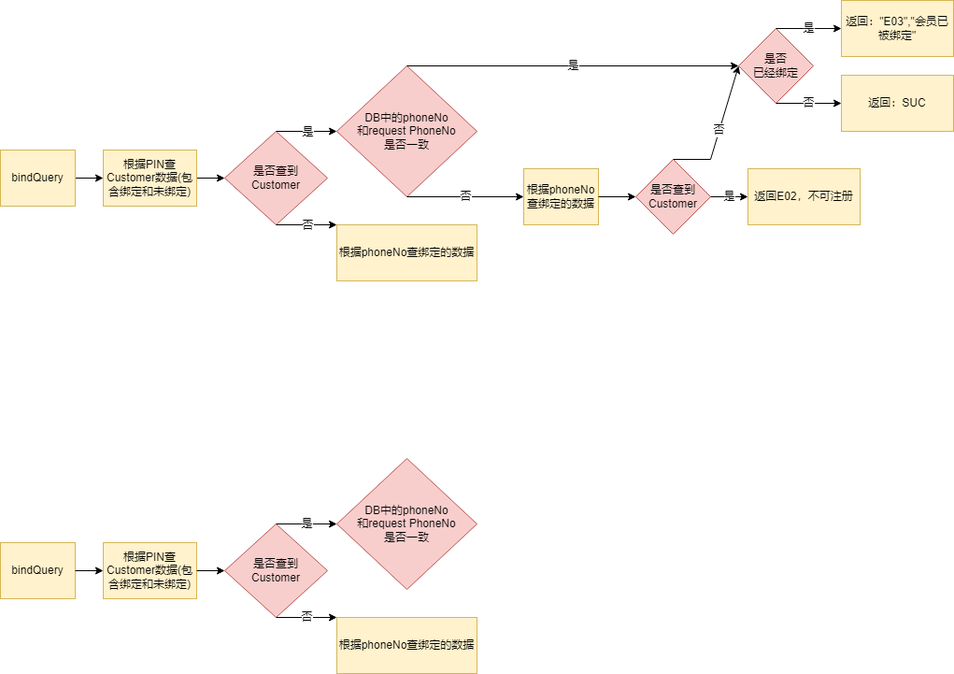
Earlier version of the draw.io export diagrams2/111.png (xiaoqforever/diagrams). Source tidied: cells renumbered, new cells last; positions are measured from the earlier drawing's top-left corner, leaving out a move shared by most shapes.
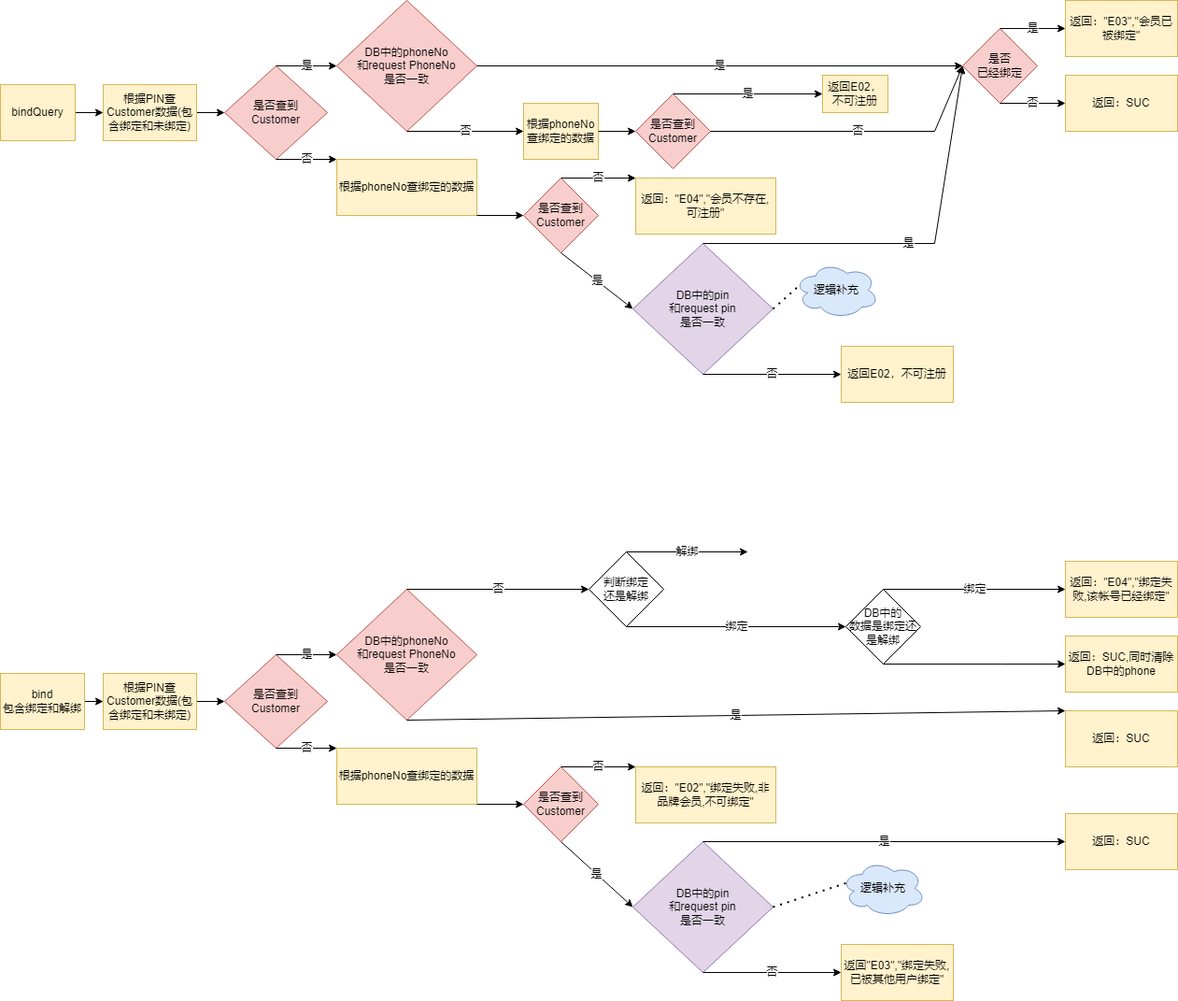
Later version of the same file.

What changed in the source:
```diff
@@ -35,17 +35,14 @@
     <mxCell id="12" value="DB中的phoneNo&lt;br&gt;和request&amp;nbsp;PhoneNo&lt;br&gt;是否一致" style="rhombus;whiteSpace=wrap;html=1;fillColor=#f8cecc;strokeColor=#b85450;" parent="1" vertex="1">
       <mxGeometry x="360" y="70" width="150" height="140" as="geometry" />
     </mxCell>
-    <mxCell id="13" value="返回：SUC" style="rounded=0;whiteSpace=wrap;html=1;" parent="1" vertex="1">
-      <mxGeometry x="900" y="80" width="120" height="60" as="geometry" />
-    </mxCell>
-    <mxCell id="14" value="是" style="endArrow=classic;html=1;rounded=0;exitX=0.5;exitY=0;exitDx=0;exitDy=0;entryX=0;entryY=0.5;entryDx=0;entryDy=0;" parent="1" edge="1" source="12" target="15">
+    <mxCell id="14" value="是" style="endArrow=classic;html=1;rounded=0;exitX=1;exitY=0.5;exitDx=0;exitDy=0;entryX=0;entryY=0.5;entryDx=0;entryDy=0;" parent="1" edge="1" source="12" target="15">
       <mxGeometry relative="1" as="geometry" />
     </mxCell>
     <mxCell id="15" value="是否&lt;br&gt;已经绑定" style="rhombus;whiteSpace=wrap;html=1;fillColor=#f8cecc;strokeColor=#b85450;" parent="1" vertex="1">
-      <mxGeometry x="790" y="30" width="80" height="80" as="geometry" />
+      <mxGeometry x="1030" y="100" width="80" height="80" as="geometry" />
     </mxCell>
     <mxCell id="16" value="返回：&quot;E03&quot;,&quot;会员已被绑定&quot;" style="rounded=0;whiteSpace=wrap;html=1;fillColor=#fff2cc;strokeColor=#d6b656;" parent="1" vertex="1">
-      <mxGeometry x="900" width="120" height="60" as="geometry" />
+      <mxGeometry x="1140" y="70" width="120" height="60" as="geometry" />
     </mxCell>
     <mxCell id="17" value="是" style="endArrow=classic;html=1;rounded=0;exitX=0.5;exitY=0;exitDx=0;exitDy=0;entryX=0;entryY=0.5;entryDx=0;entryDy=0;" parent="1" edge="1" source="15" target="16">
       <mxGeometry relative="1" as="geometry" />
@@ -60,7 +57,7 @@
       <mxGeometry x="360" y="240" width="150" height="60" as="geometry" />
     </mxCell>
     <mxCell id="21" value="返回：SUC" style="rounded=0;whiteSpace=wrap;html=1;fillColor=#fff2cc;strokeColor=#d6b656;" parent="1" vertex="1">
-      <mxGeometry x="900" y="80" width="120" height="60" as="geometry" />
+      <mxGeometry x="1140" y="150" width="120" height="60" as="geometry" />
     </mxCell>
     <mxCell id="22" value="否" style="endArrow=classic;html=1;rounded=0;fontFamily=Helvetica;fontSize=12;fontColor=default;exitX=0.5;exitY=1;exitDx=0;exitDy=0;entryX=0;entryY=0.5;entryDx=0;entryDy=0;" parent="1" edge="1" source="12" target="23">
       <mxGeometry relative="1" as="geometry" />
@@ -77,44 +74,169 @@
       </mxGeometry>
     </mxCell>
     <mxCell id="26" value="返回E02，不可注册" style="rounded=0;whiteSpace=wrap;html=1;fontFamily=Helvetica;fontSize=12;fillColor=#fff2cc;strokeColor=#d6b656;" parent="1" vertex="1">
-      <mxGeometry x="800" y="180" width="120" height="60" as="geometry" />
+      <mxGeometry x="880" y="150" width="70" height="40" as="geometry" />
     </mxCell>
-    <mxCell id="27" value="是" style="endArrow=classic;html=1;rounded=0;fontFamily=Helvetica;fontSize=12;fontColor=default;exitX=1;exitY=0.5;exitDx=0;exitDy=0;entryX=0;entryY=0.5;entryDx=0;entryDy=0;" parent="1" edge="1" source="24" target="26">
+    <mxCell id="27" value="是" style="endArrow=classic;html=1;rounded=0;fontFamily=Helvetica;fontSize=12;fontColor=default;exitX=0.5;exitY=0;exitDx=0;exitDy=0;entryX=0;entryY=0.5;entryDx=0;entryDy=0;" parent="1" edge="1" source="24" target="26">
       <mxGeometry relative="1" as="geometry" />
     </mxCell>
-    <mxCell id="28" value="否" style="endArrow=classic;html=1;rounded=0;fontFamily=Helvetica;fontSize=12;fontColor=default;exitX=0.5;exitY=0;exitDx=0;exitDy=0;entryX=0;entryY=0.5;entryDx=0;entryDy=0;" parent="1" edge="1" source="24" target="15">
+    <mxCell id="28" value="否" style="endArrow=classic;html=1;rounded=0;fontFamily=Helvetica;fontSize=12;fontColor=default;exitX=1;exitY=0.5;exitDx=0;exitDy=0;entryX=0;entryY=0.5;entryDx=0;entryDy=0;" parent="1" edge="1" source="24" target="15">
       <mxGeometry relative="1" as="geometry">
         <Array as="points">
-          <mxPoint x="760" y="170" />
+          <mxPoint x="1000" y="210" />
         </Array>
       </mxGeometry>
     </mxCell>
-    <mxCell id="29" value="bindQuery" style="rounded=0;whiteSpace=wrap;html=1;fillColor=#fff2cc;strokeColor=#d6b656;" parent="1" vertex="1">
-      <mxGeometry y="580" width="80" height="60" as="geometry" />
-    </mxCell>
+    <mxCell id="38" value="是否查到&lt;br&gt;Customer" style="rhombus;whiteSpace=wrap;html=1;fontFamily=Helvetica;fontSize=12;fillColor=#f8cecc;strokeColor=#b85450;" parent="1" vertex="1">
+      <mxGeometry x="560" y="260" width="80" height="80" as="geometry" />
+    </mxCell>
+    <mxCell id="39" style="endArrow=classic;html=1;rounded=0;entryX=0;entryY=0.5;entryDx=0;entryDy=0;exitX=1;exitY=1;exitDx=0;exitDy=0;" parent="1" edge="1" source="20" target="38">
+      <mxGeometry relative="1" as="geometry" />
+    </mxCell>
+    <mxCell id="40" value="否" style="endArrow=classic;html=1;rounded=0;exitX=0.5;exitY=0;exitDx=0;exitDy=0;entryX=0;entryY=0;entryDx=0;entryDy=0;" parent="1" edge="1" source="38" target="42">
+      <mxGeometry relative="1" as="geometry" />
+    </mxCell>
+    <mxCell id="41" value="是" style="endArrow=classic;html=1;rounded=0;exitX=0.5;exitY=1;exitDx=0;exitDy=0;entryX=0;entryY=0.5;entryDx=0;entryDy=0;" parent="1" edge="1" source="38" target="43">
+      <mxGeometry relative="1" as="geometry" />
+    </mxCell>
+    <mxCell id="42" value="返回：&quot;E04&quot;,&quot;会员不存在,可注册&quot;" style="rounded=0;whiteSpace=wrap;html=1;fontFamily=Helvetica;fontSize=12;fillColor=#fff2cc;strokeColor=#d6b656;" parent="1" vertex="1">
+      <mxGeometry x="680" y="260" width="150" height="60" as="geometry" />
+    </mxCell>
+    <mxCell id="43" value="DB中的pin&lt;br&gt;和request&amp;nbsp;pin&lt;br&gt;是否一致" style="rhombus;whiteSpace=wrap;html=1;fillColor=#e1d5e7;strokeColor=#9673a6;" parent="1" vertex="1">
+      <mxGeometry x="677" y="330" width="150" height="140" as="geometry" />
+    </mxCell>
+    <mxCell id="44" value="是" style="endArrow=classic;html=1;rounded=0;exitX=0.5;exitY=0;exitDx=0;exitDy=0;" parent="1" edge="1" source="43">
+      <mxGeometry relative="1" as="geometry">
+        <mxPoint x="1030" y="140" as="targetPoint" />
+        <Array as="points">
+          <mxPoint x="1000" y="330" />
+        </Array>
+      </mxGeometry>
+    </mxCell>
+    <mxCell id="45" value="返回E02，不可注册" style="rounded=0;whiteSpace=wrap;html=1;fontFamily=Helvetica;fontSize=12;fillColor=#fff2cc;strokeColor=#d6b656;" parent="1" vertex="1">
+      <mxGeometry x="900" y="440" width="120" height="60" as="geometry" />
+    </mxCell>
+    <mxCell id="46" value="否" style="endArrow=classic;html=1;rounded=0;exitX=0.5;exitY=1;exitDx=0;exitDy=0;entryX=0;entryY=0.5;entryDx=0;entryDy=0;" parent="1" edge="1" source="43" target="45">
+      <mxGeometry relative="1" as="geometry" />
+    </mxCell>
+    <mxCell id="47" style="edgeStyle=orthogonalEdgeStyle;rounded=0;jettySize=auto;html=1;exitX=1;exitY=0.5;exitDx=0;exitDy=0;entryX=0;entryY=0.5;entryDx=0;entryDy=0;" parent="1" edge="1" source="48" target="49">
+      <mxGeometry relative="1" as="geometry" />
+    </mxCell>
+    <mxCell id="48" value="bind&lt;br&gt;包含绑定和解绑" style="rounded=0;whiteSpace=wrap;html=1;fillColor=#fff2cc;strokeColor=#d6b656;" parent="1" vertex="1">
+      <mxGeometry y="790" width="90" height="60" as="geometry" />
+    </mxCell>
+    <mxCell id="49" value="根据PIN查Customer数据(包含绑定和未绑定)" style="rounded=0;whiteSpace=wrap;html=1;" parent="1" vertex="1">
+      <mxGeometry x="110" y="790" width="100" height="60" as="geometry" />
+    </mxCell>
     <mxCell id="30" value="是否查到&lt;br&gt;Customer" style="rhombus;whiteSpace=wrap;html=1;fillColor=#f8cecc;strokeColor=#b85450;" parent="1" vertex="1">
-      <mxGeometry x="240" y="560" width="110" height="100" as="geometry" />
+      <mxGeometry x="240" y="770" width="110" height="100" as="geometry" />
     </mxCell>
+    <mxCell id="50" style="endArrow=classic;html=1;rounded=0;exitX=1;exitY=0.5;exitDx=0;exitDy=0;entryX=0;entryY=0.5;entryDx=0;entryDy=0;" parent="1" edge="1" source="49" target="30">
+      <mxGeometry relative="1" as="geometry" />
+    </mxCell>
+    <mxCell id="51" value="根据phoneNo查绑定的数据" style="rounded=0;whiteSpace=wrap;html=1;" parent="1" vertex="1">
+      <mxGeometry x="360" y="870" width="150" height="60" as="geometry" />
+    </mxCell>
+    <mxCell id="37" style="endArrow=classic;html=1;rounded=0;exitX=0.5;exitY=0;exitDx=0;exitDy=0;entryX=0;entryY=0.5;entryDx=0;entryDy=0;" parent="1" edge="1" source="30" target="31">
+      <mxGeometry relative="1" as="geometry" />
+    </mxCell>
+    <mxCell id="52" value="是" style="edgeLabel;html=1;align=center;verticalAlign=middle;" parent="37" vertex="1">
+      <mxGeometry relative="1" as="geometry" />
+    </mxCell>
+    <mxCell id="53" style="endArrow=classic;html=1;rounded=0;exitX=0.5;exitY=1;exitDx=0;exitDy=0;entryX=0;entryY=0;entryDx=0;entryDy=0;" parent="1" edge="1" source="30" target="51">
+      <mxGeometry relative="1" as="geometry" />
+    </mxCell>
+    <mxCell id="54" value="否" style="edgeLabel;html=1;align=center;verticalAlign=middle;" parent="53" vertex="1">
+      <mxGeometry relative="1" as="geometry" />
+    </mxCell>
     <mxCell id="31" value="DB中的phoneNo&lt;br&gt;和request&amp;nbsp;PhoneNo&lt;br&gt;是否一致" style="rhombus;whiteSpace=wrap;html=1;fillColor=#f8cecc;strokeColor=#b85450;" parent="1" vertex="1">
-      <mxGeometry x="360" y="490" width="150" height="140" as="geometry" />
+      <mxGeometry x="360" y="700" width="150" height="140" as="geometry" />
     </mxCell>
+    <mxCell id="55" value="是" style="endArrow=classic;html=1;rounded=0;exitX=0.5;exitY=1;exitDx=0;exitDy=0;entryX=0;entryY=0;entryDx=0;entryDy=0;" parent="1" edge="1" source="31" target="70">
+      <mxGeometry relative="1" as="geometry" />
+    </mxCell>
     <mxCell id="32" value="根据PIN查Customer数据(包含绑定和未绑定)" style="rounded=0;whiteSpace=wrap;html=1;fillColor=#fff2cc;strokeColor=#d6b656;" parent="1" vertex="1">
-      <mxGeometry x="110" y="580" width="100" height="60" as="geometry" />
+      <mxGeometry x="110" y="790" width="100" height="60" as="geometry" />
     </mxCell>
     <mxCell id="33" value="根据phoneNo查绑定的数据" style="rounded=0;whiteSpace=wrap;html=1;fillColor=#fff2cc;strokeColor=#d6b656;" parent="1" vertex="1">
-      <mxGeometry x="360" y="660" width="150" height="60" as="geometry" />
+      <mxGeometry x="360" y="870" width="150" height="60" as="geometry" />
     </mxCell>
-    <mxCell id="34" style="endArrow=classic;html=1;rounded=0;fontFamily=Helvetica;fontSize=12;fontColor=default;exitX=1;exitY=0.5;exitDx=0;exitDy=0;entryX=0;entryY=0.5;entryDx=0;entryDy=0;" parent="1" edge="1" source="29" target="32">
-      <mxGeometry relative="1" as="geometry" />
-    </mxCell>
-    <mxCell id="35" style="endArrow=classic;html=1;rounded=0;fontFamily=Helvetica;fontSize=12;fontColor=default;exitX=1;exitY=0.5;exitDx=0;exitDy=0;entryX=0;entryY=0.5;entryDx=0;entryDy=0;" parent="1" edge="1" source="32" target="30">
-      <mxGeometry relative="1" as="geometry" />
-    </mxCell>
-    <mxCell id="36" value="否" style="endArrow=classic;html=1;rounded=0;fontFamily=Helvetica;fontSize=12;fontColor=default;exitX=0.5;exitY=1;exitDx=0;exitDy=0;entryX=0;entryY=0;entryDx=0;entryDy=0;" parent="1" edge="1" source="30" target="33">
-      <mxGeometry relative="1" as="geometry" />
-    </mxCell>
-    <mxCell id="37" value="是" style="endArrow=classic;html=1;rounded=0;fontFamily=Helvetica;fontSize=12;fontColor=default;exitX=0.5;exitY=0;exitDx=0;exitDy=0;entryX=0;entryY=0.5;entryDx=0;entryDy=0;" parent="1" edge="1" source="30" target="31">
-      <mxGeometry relative="1" as="geometry" />
-    </mxCell>
+    <mxCell id="56" value="返回：SUC" style="rounded=0;whiteSpace=wrap;html=1;fillColor=#fff2cc;strokeColor=#d6b656;" parent="1" vertex="1">
+      <mxGeometry x="1140" y="940" width="120" height="60" as="geometry" />
+    </mxCell>
+    <mxCell id="57" value="是否查到&lt;br&gt;Customer" style="rhombus;whiteSpace=wrap;html=1;fontFamily=Helvetica;fontSize=12;fillColor=#f8cecc;strokeColor=#b85450;" parent="1" vertex="1">
+      <mxGeometry x="560" y="890" width="80" height="80" as="geometry" />
+    </mxCell>
+    <mxCell id="58" style="endArrow=classic;html=1;rounded=0;entryX=0;entryY=0.5;entryDx=0;entryDy=0;exitX=1;exitY=1;exitDx=0;exitDy=0;" parent="1" edge="1" source="33" target="57">
+      <mxGeometry relative="1" as="geometry" />
+    </mxCell>
+    <mxCell id="59" value="否" style="endArrow=classic;html=1;rounded=0;exitX=0.5;exitY=0;exitDx=0;exitDy=0;entryX=0;entryY=0;entryDx=0;entryDy=0;" parent="1" edge="1" source="57" target="61">
+      <mxGeometry relative="1" as="geometry" />
+    </mxCell>
+    <mxCell id="60" value="是" style="endArrow=classic;html=1;rounded=0;exitX=0.5;exitY=1;exitDx=0;exitDy=0;entryX=0;entryY=0.5;entryDx=0;entryDy=0;" parent="1" edge="1" source="57" target="62">
+      <mxGeometry relative="1" as="geometry" />
+    </mxCell>
+    <mxCell id="61" value="返回：&quot;E02&quot;,&quot;绑定失败,非品牌会员,不可绑定&quot;" style="rounded=0;whiteSpace=wrap;html=1;fontFamily=Helvetica;fontSize=12;fillColor=#fff2cc;strokeColor=#d6b656;" parent="1" vertex="1">
+      <mxGeometry x="680" y="890" width="150" height="60" as="geometry" />
+    </mxCell>
+    <mxCell id="62" value="DB中的pin&lt;br&gt;和request&amp;nbsp;pin&lt;br&gt;是否一致" style="rhombus;whiteSpace=wrap;html=1;fillColor=#e1d5e7;strokeColor=#9673a6;" parent="1" vertex="1">
+      <mxGeometry x="677" y="970" width="150" height="140" as="geometry" />
+    </mxCell>
+    <mxCell id="63" value="是" style="endArrow=classic;html=1;rounded=0;exitX=0.5;exitY=0;exitDx=0;exitDy=0;entryX=0;entryY=0.5;entryDx=0;entryDy=0;" parent="1" edge="1" source="62" target="56">
+      <mxGeometry relative="1" as="geometry" />
+    </mxCell>
+    <mxCell id="64" value="返回&quot;E03&quot;,&quot;绑定失败,已被其他用户绑定&quot;" style="rounded=0;whiteSpace=wrap;html=1;fontFamily=Helvetica;fontSize=12;fillColor=#fff2cc;strokeColor=#d6b656;" parent="1" vertex="1">
+      <mxGeometry x="900" y="1080" width="120" height="60" as="geometry" />
+    </mxCell>
+    <mxCell id="65" value="否" style="endArrow=classic;html=1;rounded=0;exitX=0.5;exitY=1;exitDx=0;exitDy=0;entryX=0;entryY=0.5;entryDx=0;entryDy=0;" parent="1" edge="1" source="62" target="64">
+      <mxGeometry relative="1" as="geometry" />
+    </mxCell>
+    <mxCell id="66" value="逻辑补充" style="ellipse;shape=cloud;whiteSpace=wrap;html=1;fillColor=#dae8fc;strokeColor=#6c8ebf;" parent="1" vertex="1">
+      <mxGeometry x="850" y="350" width="90" height="60" as="geometry" />
+    </mxCell>
+    <mxCell id="67" style="endArrow=none;dashed=1;html=1;dashPattern=1 3;strokeWidth=2;rounded=0;exitX=1;exitY=0.5;exitDx=0;exitDy=0;entryX=0.07;entryY=0.4;entryDx=0;entryDy=0;entryPerimeter=0;" parent="1" edge="1" source="43" target="66">
+      <mxGeometry relative="1" as="geometry" />
+    </mxCell>
+    <mxCell id="68" value="逻辑补充" style="ellipse;shape=cloud;whiteSpace=wrap;html=1;fillColor=#dae8fc;strokeColor=#6c8ebf;" parent="1" vertex="1">
+      <mxGeometry x="900" y="990" width="90" height="60" as="geometry" />
+    </mxCell>
+    <mxCell id="69" style="endArrow=none;dashed=1;html=1;dashPattern=1 3;strokeWidth=2;rounded=0;entryX=0.07;entryY=0.4;entryDx=0;entryDy=0;entryPerimeter=0;exitX=1;exitY=0.5;exitDx=0;exitDy=0;" parent="1" edge="1" source="62" target="68">
+      <mxGeometry relative="1" as="geometry" />
+    </mxCell>
+    <mxCell id="70" value="返回：SUC" style="rounded=0;whiteSpace=wrap;html=1;fillColor=#fff2cc;strokeColor=#d6b656;" parent="1" vertex="1">
+      <mxGeometry x="1140" y="830" width="120" height="60" as="geometry" />
+    </mxCell>
+    <mxCell id="71" value="否" style="endArrow=classic;html=1;rounded=0;exitX=0.5;exitY=0;exitDx=0;exitDy=0;entryX=0;entryY=0.5;entryDx=0;entryDy=0;" parent="1" edge="1" source="31" target="72">
+      <mxGeometry relative="1" as="geometry" />
+    </mxCell>
+    <mxCell id="72" value="判断绑定&lt;br&gt;还是解绑" style="rhombus;whiteSpace=wrap;html=1;" parent="1" vertex="1">
+      <mxGeometry x="630" y="660" width="80" height="80" as="geometry" />
+    </mxCell>
+    <mxCell id="73" value="绑定" style="endArrow=classic;html=1;rounded=0;exitX=0.5;exitY=1;exitDx=0;exitDy=0;entryX=0;entryY=0.5;entryDx=0;entryDy=0;" parent="1" edge="1" source="72" target="75">
+      <mxGeometry relative="1" as="geometry" />
+    </mxCell>
+    <mxCell id="74" value="解绑" style="endArrow=classic;html=1;rounded=0;exitX=0.5;exitY=0;exitDx=0;exitDy=0;" parent="1" edge="1" source="72">
+      <mxGeometry relative="1" as="geometry">
+        <mxPoint x="800" y="660" as="targetPoint" />
+      </mxGeometry>
+    </mxCell>
+    <mxCell id="75" value="DB中的&lt;br&gt;数据是绑定还是解绑" style="rhombus;whiteSpace=wrap;html=1;" parent="1" vertex="1">
+      <mxGeometry x="905" y="700" width="80" height="80" as="geometry" />
+    </mxCell>
+    <mxCell id="76" value="绑定" style="endArrow=classic;html=1;rounded=0;exitX=0.5;exitY=0;exitDx=0;exitDy=0;entryX=0;entryY=0.5;entryDx=0;entryDy=0;" parent="1" edge="1" source="75" target="77">
+      <mxGeometry relative="1" as="geometry" />
+    </mxCell>
+    <mxCell id="77" value="返回：&quot;E04&quot;,&quot;绑定失败,该帐号已经绑定&quot;" style="rounded=0;whiteSpace=wrap;html=1;fillColor=#fff2cc;strokeColor=#d6b656;" parent="1" vertex="1">
+      <mxGeometry x="1140" y="670" width="120" height="60" as="geometry" />
+    </mxCell>
+    <mxCell id="78" style="endArrow=classic;html=1;rounded=0;exitX=0.5;exitY=1;exitDx=0;exitDy=0;entryX=0;entryY=0.5;entryDx=0;entryDy=0;" parent="1" edge="1" source="75" target="79">
+      <mxGeometry relative="1" as="geometry">
+        <Array as="points">
+          <mxPoint x="1070" y="780" />
+        </Array>
+      </mxGeometry>
+    </mxCell>
+    <mxCell id="79" value="返回：SUC,同时清除DB中的phone" style="rounded=0;whiteSpace=wrap;html=1;fillColor=#fff2cc;strokeColor=#d6b656;" parent="1" vertex="1">
+      <mxGeometry x="1140" y="750" width="120" height="60" as="geometry" />
+    </mxCell>
   </root>
 </mxGraphModel>
```
